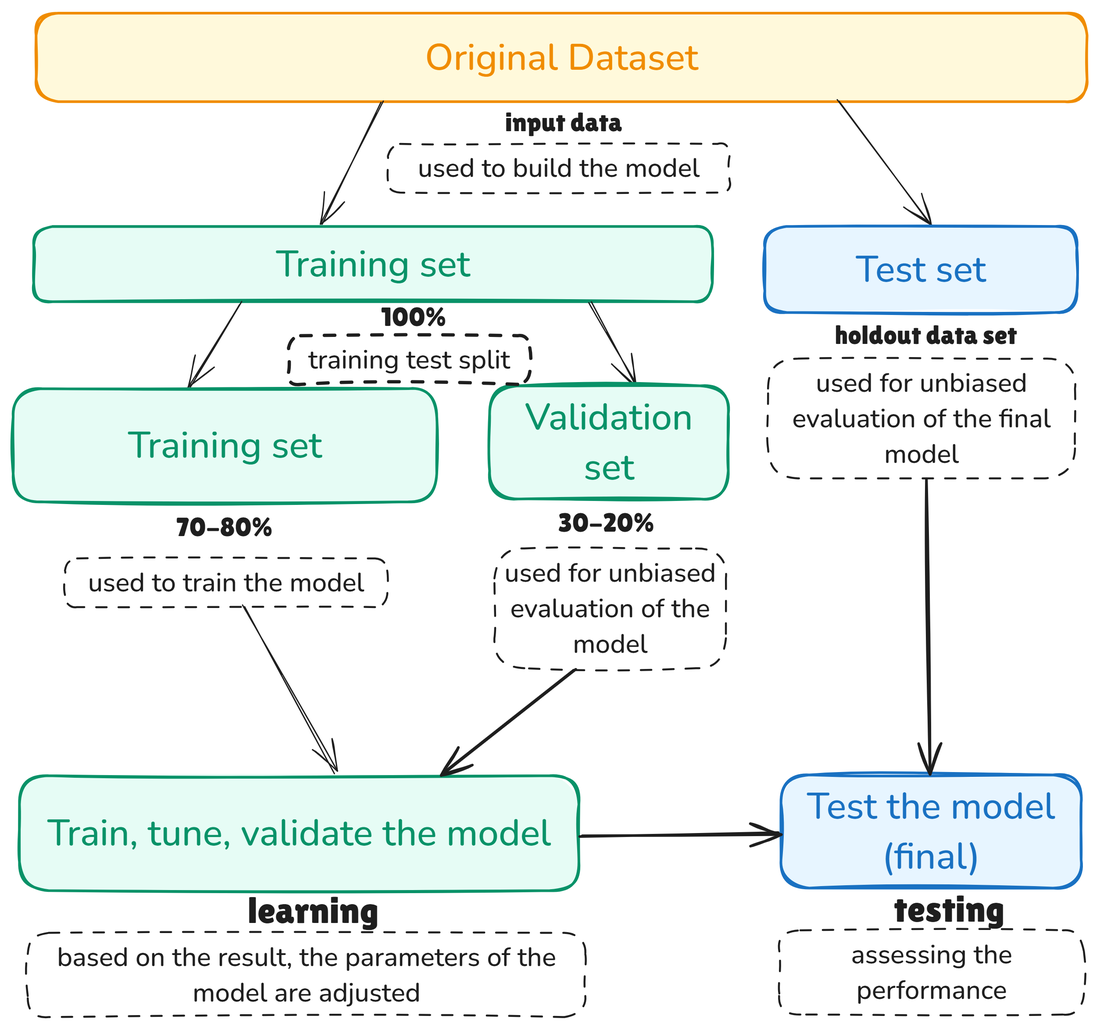
alinaaleks/alinaaleks.github.io keeps this Excalidraw diagram as images/posts/post-7/training-validation-test-datasets.png. Above is the earlier version. Source tidied: one line per element, renumbered; positions are measured from the earlier drawing's top-left corner, leaving out a move shared by most shapes.
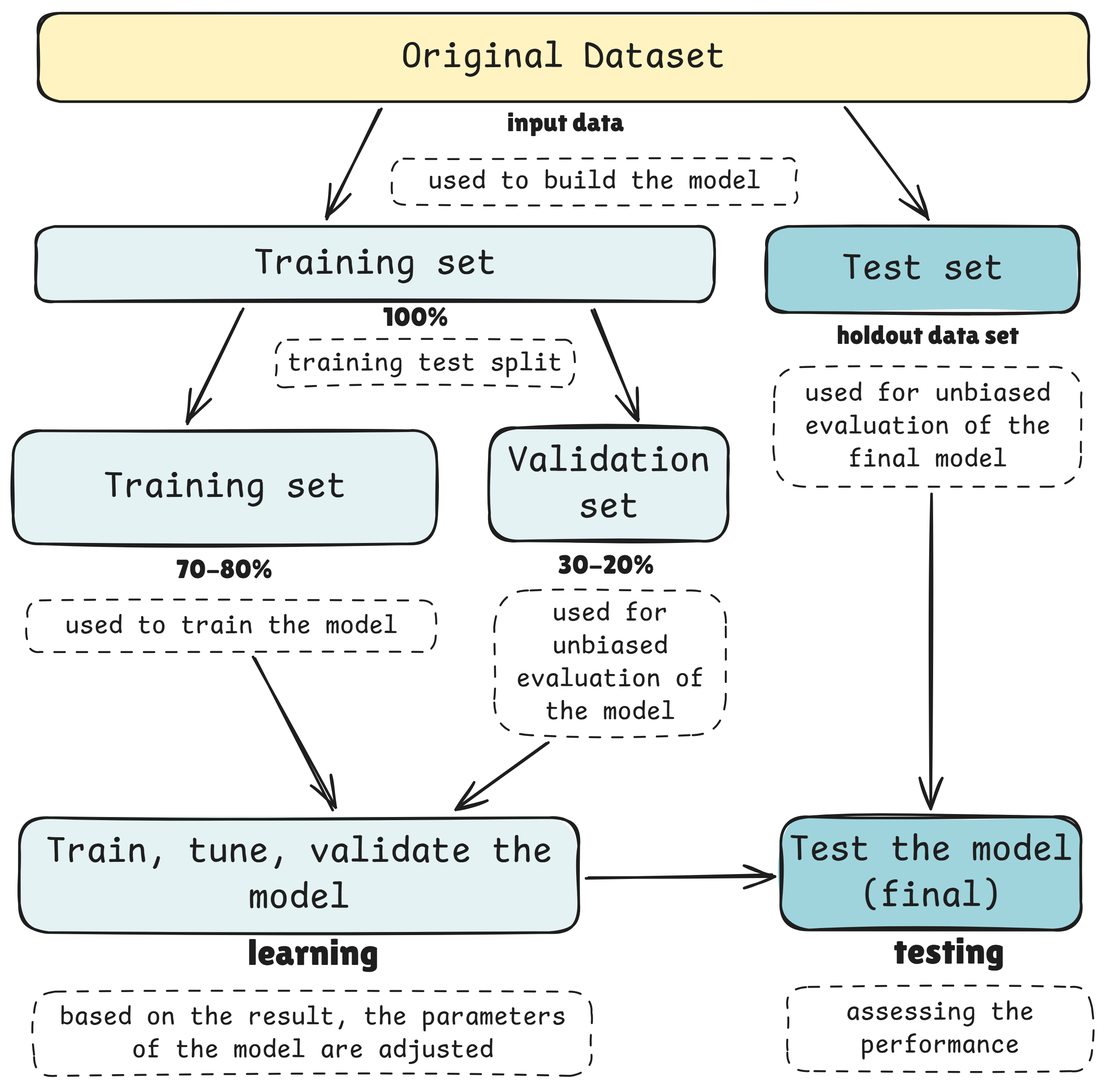
Above is the later version.

Commit message:
Add example for types of learning; change images using more suitable colors.

The edit, as a diff of the source:
```diff
@@ -1,43 +1,43 @@
-{"id": 0, "type": "rectangle", "strokeColor": "#f08c00", "backgroundColor": "#fff9db", "fillStyle": "solid", "strokeWidth": 2, "roughness": 1, "round": true, "x": 17, "y": 0, "width": 799, "height": 67}
+{"id": 0, "type": "rectangle", "strokeColor": "#1e1e1e", "backgroundColor": "#fff4c1", "fillStyle": "solid", "strokeWidth": 2, "roughness": 1, "round": true, "x": 17, "y": 0, "width": 799, "height": 67}
-{"id": 1, "type": "text", "text": "Original Dataset", "strokeColor": "#f08c00", "strokeWidth": 1, "roughness": 1, "fontSize": 28, "fontFamily": 6, "textAlign": "center", "verticalAlign": "middle", "inside": 0, "x": 313, "y": 15, "width": 208, "height": 38}
+{"id": 1, "type": "text", "text": "Original Dataset", "strokeColor": "#1e1e1e", "strokeWidth": 1, "roughness": 1, "fontSize": 28, "fontFamily": 8, "textAlign": "center", "verticalAlign": "middle", "inside": 0, "x": 294, "y": 16, "width": 246, "height": 35}
-{"id": 2, "type": "arrow", "strokeColor": "#1e1e1e", "strokeWidth": 1, "roughness": 1, "endArrowhead": "arrow", "round": true, "from": 0, "to": 4, "x": 280, "y": 67, "width": 47, "height": 95, "points": [[0, 0], [-47, 95]]}
+{"id": 2, "type": "arrow", "strokeColor": "#1e1e1e", "strokeWidth": 2, "roughness": 1, "endArrowhead": "arrow", "round": true, "from": 0, "to": 4, "x": 277, "y": 73, "width": 42, "height": 83, "points": [[0, 0], [-42, 83]]}
-{"id": 3, "type": "arrow", "strokeColor": "#1e1e1e", "strokeWidth": 1, "roughness": 1, "endArrowhead": "arrow", "round": true, "from": 0, "to": 6, "x": 628, "y": 67, "width": 71, "height": 94, "points": [[0, 0], [71, 94]]}
+{"id": 3, "type": "arrow", "strokeColor": "#1e1e1e", "strokeWidth": 2, "roughness": 1, "endArrowhead": "arrow", "round": true, "from": 0, "to": 6, "x": 632, "y": 73, "width": 62, "height": 83, "points": [[0, 0], [62, 83]]}
-{"id": 4, "type": "rectangle", "strokeColor": "#099268", "backgroundColor": "#e6fcf5", "fillStyle": "solid", "strokeWidth": 2, "roughness": 1, "round": true, "x": 16, "y": 162, "width": 516, "height": 57}
+{"id": 4, "type": "rectangle", "strokeColor": "#1e1e1e", "backgroundColor": "#e4f2f4", "fillStyle": "solid", "strokeWidth": 2, "roughness": 1, "round": true, "x": 16, "y": 162, "width": 516, "height": 57}
-{"id": 5, "type": "text", "text": "Training set", "strokeColor": "#099268", "strokeWidth": 1, "roughness": 1, "fontSize": 28, "fontFamily": 6, "textAlign": "center", "verticalAlign": "middle", "inside": 4, "x": 200, "y": 172, "width": 147, "height": 38}
+{"id": 5, "type": "text", "text": "Training set", "strokeColor": "#1e1e1e", "strokeWidth": 1, "roughness": 1, "fontSize": 28, "fontFamily": 8, "textAlign": "center", "verticalAlign": "middle", "inside": 4, "x": 181, "y": 173, "width": 185, "height": 35}
-{"id": 6, "type": "rectangle", "strokeColor": "#1971c2", "backgroundColor": "#e7f5ff", "fillStyle": "solid", "strokeWidth": 2, "roughness": 1, "round": true, "x": 571, "y": 162, "width": 237, "height": 65}
+{"id": 6, "type": "rectangle", "strokeColor": "#1e1e1e", "backgroundColor": "#a0d4dd", "fillStyle": "solid", "strokeWidth": 2, "roughness": 1, "round": true, "x": 571, "y": 162, "width": 237, "height": 65}
-{"id": 7, "type": "text", "text": "Test set", "strokeColor": "#1971c2", "strokeWidth": 1, "roughness": 1, "fontSize": 28, "fontFamily": 6, "textAlign": "center", "verticalAlign": "middle", "inside": 6, "x": 640, "y": 176, "width": 99, "height": 38}
+{"id": 7, "type": "text", "text": "Test set", "strokeColor": "#1e1e1e", "strokeWidth": 1, "roughness": 1, "fontSize": 28, "fontFamily": 8, "textAlign": "center", "verticalAlign": "middle", "inside": 6, "x": 628, "y": 177, "width": 123, "height": 35}
-{"id": 8, "type": "arrow", "strokeColor": "#1e1e1e", "strokeWidth": 1, "roughness": 1, "endArrowhead": "arrow", "round": true, "from": 4, "to": 10, "x": 174, "y": 220, "width": 41, "height": 65, "points": [[0, 0], [-41, 65]]}
+{"id": 8, "type": "arrow", "strokeColor": "#1e1e1e", "strokeWidth": 2, "roughness": 1, "endArrowhead": "arrow", "round": true, "from": 4, "to": 10, "x": 173, "y": 225, "width": 43, "height": 86, "points": [[0, 0], [-43, 86]]}
-{"id": 9, "type": "arrow", "strokeColor": "#1e1e1e", "strokeWidth": 1, "roughness": 1, "endArrowhead": "arrow", "round": true, "from": 4, "to": 12, "x": 438, "y": 219, "width": 35, "height": 63, "points": [[0, 0], [35, 63]]}
+{"id": 9, "type": "arrow", "strokeColor": "#1e1e1e", "strokeWidth": 2, "roughness": 1, "endArrowhead": "arrow", "round": true, "from": 4, "to": 12, "x": 439, "y": 225, "width": 34, "height": 84, "points": [[0, 0], [34, 84]]}
-{"id": 10, "type": "rectangle", "strokeColor": "#099268", "backgroundColor": "#e6fcf5", "fillStyle": "solid", "strokeWidth": 2, "roughness": 1, "round": true, "x": 0, "y": 285, "width": 322, "height": 86}
+{"id": 10, "type": "rectangle", "strokeColor": "#1e1e1e", "backgroundColor": "#e4f2f4", "fillStyle": "solid", "strokeWidth": 2, "roughness": 1, "round": true, "x": -2, "y": 317, "width": 322, "height": 86}
-{"id": 11, "type": "text", "text": "Training set", "strokeColor": "#099268", "strokeWidth": 1, "roughness": 1, "fontSize": 28, "fontFamily": 6, "textAlign": "center", "verticalAlign": "middle", "inside": 10, "x": 87, "y": 309, "width": 147, "height": 38}
+{"id": 11, "type": "text", "text": "Training set", "strokeColor": "#1e1e1e", "strokeWidth": 1, "roughness": 1, "fontSize": 28, "fontFamily": 8, "textAlign": "center", "verticalAlign": "middle", "inside": 10, "x": 67, "y": 343, "width": 185, "height": 35}
-{"id": 12, "type": "rectangle", "strokeColor": "#099268", "backgroundColor": "#e6fcf5", "fillStyle": "solid", "strokeWidth": 2, "roughness": 1, "round": true, "x": 362, "y": 283, "width": 181, "height": 86}
+{"id": 12, "type": "rectangle", "strokeColor": "#1e1e1e", "backgroundColor": "#e4f2f4", "fillStyle": "solid", "strokeWidth": 2, "roughness": 1, "round": true, "x": 361, "y": 315, "width": 181, "height": 86}
-{"id": 13, "type": "text", "text": "Validation\nset", "strokeColor": "#099268", "strokeWidth": 1, "roughness": 1, "fontSize": 28, "fontFamily": 6, "textAlign": "center", "verticalAlign": "middle", "inside": 12, "x": 389, "y": 288, "width": 128, "height": 76}
+{"id": 13, "type": "text", "text": "Validation\nset", "strokeColor": "#1e1e1e", "strokeWidth": 1, "roughness": 1, "fontSize": 28, "fontFamily": 8, "textAlign": "center", "verticalAlign": "middle", "inside": 12, "x": 374, "y": 323, "width": 154, "height": 70}
-{"id": 14, "type": "text", "text": "70-80%", "strokeColor": "#1e1e1e", "strokeWidth": 1, "roughness": 1, "fontSize": 20, "fontFamily": 7, "textAlign": "center", "x": 124, "y": 379, "width": 73, "height": 23}
+{"id": 14, "type": "text", "text": "70-80%", "strokeColor": "#1e1e1e", "strokeWidth": 2, "roughness": 1, "fontSize": 20, "fontFamily": 7, "textAlign": "center", "x": 122, "y": 411, "width": 73, "height": 23}
-{"id": 15, "type": "text", "text": "100%", "strokeColor": "#1e1e1e", "strokeWidth": 1, "roughness": 1, "fontSize": 20, "fontFamily": 7, "textAlign": "center", "x": 280, "y": 219, "width": 50, "height": 23}
+{"id": 15, "type": "text", "text": "100%", "strokeColor": "#1e1e1e", "strokeWidth": 2, "roughness": 1, "fontSize": 20, "fontFamily": 7, "textAlign": "center", "x": 280, "y": 219, "width": 50, "height": 23}
-{"id": 16, "type": "text", "text": "30-20%", "strokeColor": "#1e1e1e", "strokeWidth": 1, "roughness": 1, "fontSize": 20, "fontFamily": 7, "textAlign": "center", "x": 414, "y": 376, "width": 73, "height": 23}
+{"id": 16, "type": "text", "text": "30-20%", "strokeColor": "#1e1e1e", "strokeWidth": 2, "roughness": 1, "fontSize": 20, "fontFamily": 7, "textAlign": "center", "x": 413, "y": 408, "width": 73, "height": 23}
-{"id": 17, "type": "rectangle", "strokeColor": "#1e1e1e", "strokeWidth": 2, "strokeStyle": "dashed", "roughness": 1, "round": true, "x": 209, "y": 245, "width": 183, "height": 37}
+{"id": 17, "type": "rectangle", "strokeColor": "#1e1e1e", "strokeWidth": 1, "strokeStyle": "dashed", "roughness": 1, "round": true, "x": 198, "y": 248, "width": 227, "height": 36}
-{"id": 18, "type": "text", "text": "training test split", "strokeColor": "#1e1e1e", "strokeWidth": 1, "strokeStyle": "dashed", "roughness": 1, "fontSize": 20, "fontFamily": 6, "textAlign": "center", "verticalAlign": "middle", "inside": 17, "x": 224, "y": 250, "width": 153, "height": 27}
+{"id": 18, "type": "text", "text": "training test split", "strokeColor": "#1e1e1e", "strokeWidth": 1, "strokeStyle": "dashed", "roughness": 1, "fontSize": 20, "fontFamily": 8, "textAlign": "center", "verticalAlign": "middle", "inside": 17, "x": 207, "y": 254, "width": 209, "height": 25}
-{"id": 19, "type": "rectangle", "strokeColor": "#099268", "backgroundColor": "#e6fcf5", "fillStyle": "solid", "strokeWidth": 2, "roughness": 1, "round": true, "x": 5, "y": 579, "width": 425, "height": 87}
+{"id": 19, "type": "rectangle", "strokeColor": "#1e1e1e", "backgroundColor": "#e4f2f4", "fillStyle": "solid", "strokeWidth": 2, "roughness": 1, "round": true, "x": 3, "y": 611, "width": 425, "height": 87}
-{"id": 20, "type": "text", "text": "Train, tune, validate the model", "strokeColor": "#099268", "strokeWidth": 1, "roughness": 1, "fontSize": 28, "fontFamily": 6, "textAlign": "center", "verticalAlign": "middle", "inside": 19, "x": 26, "y": 604, "width": 383, "height": 38}
+{"id": 20, "type": "text", "text": "Train, tune, validate the\nmodel", "strokeColor": "#1e1e1e", "strokeWidth": 1, "roughness": 1, "fontSize": 28, "fontFamily": 8, "textAlign": "center", "verticalAlign": "middle", "inside": 19, "x": 23, "y": 620, "width": 385, "height": 70}
-{"id": 21, "type": "rectangle", "strokeColor": "#1e1e1e", "strokeWidth": 1, "strokeStyle": "dashed", "roughness": 1, "round": true, "x": 39, "y": 414, "width": 245, "height": 37}
+{"id": 21, "type": "rectangle", "strokeColor": "#1e1e1e", "strokeWidth": 1, "strokeStyle": "dashed", "roughness": 1, "round": true, "x": 9, "y": 446, "width": 311, "height": 39}
-{"id": 22, "type": "text", "text": "used to train the model", "strokeColor": "#1e1e1e", "strokeWidth": 1, "strokeStyle": "dashed", "roughness": 1, "fontSize": 20, "fontFamily": 6, "textAlign": "center", "verticalAlign": "middle", "inside": 21, "x": 57, "y": 419, "width": 210, "height": 27}
+{"id": 22, "type": "text", "text": "used to train the model", "strokeColor": "#1e1e1e", "strokeWidth": 1, "strokeStyle": "dashed", "roughness": 1, "fontSize": 20, "fontFamily": 8, "textAlign": "center", "verticalAlign": "middle", "inside": 21, "x": 38, "y": 453, "width": 253, "height": 25}
-{"id": 23, "type": "rectangle", "strokeColor": "#1e1e1e", "strokeWidth": 1, "strokeStyle": "dashed", "roughness": 1, "round": true, "x": 366, "y": 407, "width": 176, "height": 91}
+{"id": 23, "type": "rectangle", "strokeColor": "#1e1e1e", "strokeWidth": 1, "strokeStyle": "dashed", "roughness": 1, "round": true, "x": 364, "y": 439, "width": 176, "height": 110}
-{"id": 24, "type": "text", "text": "used for unbiased\nevaluation of the\nmodel", "strokeColor": "#1e1e1e", "strokeWidth": 1, "strokeStyle": "dashed", "roughness": 1, "fontSize": 20, "fontFamily": 6, "textAlign": "center", "verticalAlign": "middle", "inside": 23, "x": 373, "y": 412, "width": 161, "height": 81}
+{"id": 24, "type": "text", "text": "used for\nunbiased\nevaluation of\nthe model", "strokeColor": "#1e1e1e", "strokeWidth": 1, "strokeStyle": "dashed", "roughness": 1, "fontSize": 20, "fontFamily": 8, "textAlign": "center", "verticalAlign": "middle", "inside": 23, "x": 381, "y": 444, "width": 143, "height": 100}
-{"id": 25, "type": "rectangle", "strokeColor": "#1e1e1e", "strokeWidth": 1, "strokeStyle": "dashed", "roughness": 1, "round": true, "x": 11, "y": 699, "width": 424, "height": 64}
+{"id": 25, "type": "rectangle", "strokeColor": "#1e1e1e", "strokeWidth": 1, "strokeStyle": "dashed", "roughness": 1, "round": true, "x": 14, "y": 744, "width": 424, "height": 64}
-{"id": 26, "type": "text", "text": "based on the result, the parameters of the\nmodel are adjusted", "strokeColor": "#1e1e1e", "strokeWidth": 1, "strokeStyle": "dashed", "roughness": 1, "fontSize": 20, "fontFamily": 6, "textAlign": "center", "verticalAlign": "middle", "inside": 25, "x": 33, "y": 704, "width": 379, "height": 54}
+{"id": 26, "type": "text", "text": "based on the result, the parameters\nof the model are adjusted", "strokeColor": "#1e1e1e", "strokeWidth": 1, "strokeStyle": "dashed", "roughness": 1, "fontSize": 20, "fontFamily": 8, "textAlign": "center", "verticalAlign": "middle", "inside": 25, "x": 34, "y": 751, "width": 385, "height": 50}
-{"id": 27, "type": "rectangle", "strokeColor": "#1e1e1e", "strokeWidth": 1, "strokeStyle": "dashed", "roughness": 1, "round": true, "x": 574, "y": 263, "width": 233, "height": 91}
+{"id": 27, "type": "rectangle", "strokeColor": "#1e1e1e", "strokeWidth": 1, "strokeStyle": "dashed", "roughness": 1, "round": true, "x": 577, "y": 269, "width": 233, "height": 91}
-{"id": 28, "type": "text", "text": "used for unbiased\nevaluation of the final\nmodel", "strokeColor": "#1e1e1e", "strokeWidth": 1, "strokeStyle": "dashed", "roughness": 1, "fontSize": 20, "fontFamily": 6, "textAlign": "center", "verticalAlign": "middle", "inside": 27, "x": 592, "y": 268, "width": 197, "height": 81}
+{"id": 28, "type": "text", "text": "used for unbiased\nevaluation of the\nfinal model", "strokeColor": "#1e1e1e", "strokeWidth": 1, "strokeStyle": "dashed", "roughness": 1, "fontSize": 20, "fontFamily": 8, "textAlign": "center", "verticalAlign": "middle", "inside": 27, "x": 600, "y": 277, "width": 187, "height": 75}
-{"id": 29, "type": "arrow", "strokeColor": "#1e1e1e", "strokeWidth": 1, "roughness": 1, "endArrowhead": "arrow", "round": true, "from": 21, "to": 19, "x": 176, "y": 451, "width": 69, "height": 126, "points": [[0, 0], [69, 126]]}
+{"id": 29, "type": "arrow", "strokeColor": "#1e1e1e", "strokeWidth": 2, "roughness": 1, "endArrowhead": "arrow", "round": true, "from": 21, "to": 19, "x": 182, "y": 491, "width": 60, "height": 114, "points": [[0, 0], [60, 114]]}
-{"id": 30, "type": "rectangle", "strokeColor": "#1971c2", "backgroundColor": "#e7f5ff", "fillStyle": "solid", "strokeWidth": 2, "roughness": 1, "round": true, "x": 584, "y": 579, "width": 228, "height": 86}
+{"id": 30, "type": "rectangle", "strokeColor": "#1e1e1e", "backgroundColor": "#a0d4dd", "fillStyle": "solid", "strokeWidth": 2, "roughness": 1, "round": true, "x": 582, "y": 611, "width": 228, "height": 86}
-{"id": 31, "type": "text", "text": "Test the model\n(final)", "strokeColor": "#1971c2", "strokeWidth": 1, "roughness": 1, "fontSize": 28, "fontFamily": 6, "textAlign": "center", "verticalAlign": "middle", "inside": 30, "x": 603, "y": 584, "width": 189, "height": 76}
+{"id": 31, "type": "text", "text": "Test the model\n(final)", "strokeColor": "#1e1e1e", "strokeWidth": 1, "roughness": 1, "fontSize": 28, "fontFamily": 8, "textAlign": "center", "verticalAlign": "middle", "inside": 30, "x": 588, "y": 619, "width": 216, "height": 70}
-{"id": 32, "type": "rectangle", "strokeColor": "#1e1e1e", "strokeWidth": 1, "strokeStyle": "dashed", "roughness": 1, "round": true, "x": 582, "y": 697, "width": 231, "height": 64}
+{"id": 32, "type": "rectangle", "strokeColor": "#1e1e1e", "strokeWidth": 1, "strokeStyle": "dashed", "roughness": 1, "round": true, "x": 587, "y": 740, "width": 231, "height": 64}
-{"id": 33, "type": "text", "text": "assessing the\nperformance", "strokeColor": "#1e1e1e", "strokeWidth": 1, "strokeStyle": "dashed", "roughness": 1, "fontSize": 20, "fontFamily": 6, "textAlign": "center", "verticalAlign": "middle", "inside": 32, "x": 637, "y": 702, "width": 123, "height": 54}
+{"id": 33, "type": "text", "text": "assessing the\nperformance", "strokeColor": "#1e1e1e", "strokeWidth": 1, "strokeStyle": "dashed", "roughness": 1, "fontSize": 20, "fontFamily": 8, "textAlign": "center", "verticalAlign": "middle", "inside": 32, "x": 631, "y": 747, "width": 143, "height": 50}
-{"id": 34, "type": "arrow", "strokeColor": "#1e1e1e", "backgroundColor": "#e6fcf5", "fillStyle": "solid", "strokeWidth": 2, "roughness": 1, "endArrowhead": "arrow", "round": true, "from": 23, "to": 19, "x": 427, "y": 498, "width": 102, "height": 81, "points": [[0, 0], [-102, 81]]}
+{"id": 34, "type": "arrow", "strokeColor": "#1e1e1e", "backgroundColor": "#e6fcf5", "fillStyle": "solid", "strokeWidth": 2, "roughness": 1, "endArrowhead": "arrow", "round": true, "from": 23, "to": 19, "x": 405, "y": 554, "width": 70, "height": 51, "points": [[0, 0], [-70, 51]]}
-{"id": 35, "type": "arrow", "strokeColor": "#1e1e1e", "backgroundColor": "#e6fcf5", "fillStyle": "solid", "strokeWidth": 2, "roughness": 1, "endArrowhead": "arrow", "round": true, "from": 19, "to": 30, "x": 431, "y": 625, "width": 151, "height": 2, "points": [[0, 0], [151, -2]]}
+{"id": 35, "type": "arrow", "strokeColor": "#1e1e1e", "backgroundColor": "#e6fcf5", "fillStyle": "solid", "strokeWidth": 2, "roughness": 1, "endArrowhead": "arrow", "round": true, "from": 19, "to": 30, "x": 434, "y": 657, "width": 142, "height": 2, "points": [[0, 0], [142, -2]]}
-{"id": 36, "type": "arrow", "strokeColor": "#1e1e1e", "backgroundColor": "#e6fcf5", "fillStyle": "solid", "strokeWidth": 2, "roughness": 1, "endArrowhead": "arrow", "from": 27, "to": 30, "x": 694, "y": 354, "width": 3, "height": 225, "points": [[0, 0], [3, 225]]}
+{"id": 36, "type": "arrow", "strokeColor": "#1e1e1e", "backgroundColor": "#e6fcf5", "fillStyle": "solid", "strokeWidth": 2, "roughness": 1, "endArrowhead": "arrow", "from": 27, "to": 30, "x": 697, "y": 365, "width": 1, "height": 239, "points": [[0, 0], [-1, 239]]}
-{"id": 37, "type": "text", "text": "holdout data set", "strokeColor": "#1e1e1e", "strokeWidth": 1, "roughness": 1, "fontSize": 20, "fontFamily": 7, "textAlign": "center", "x": 624, "y": 233, "width": 138, "height": 23}
+{"id": 37, "type": "text", "text": "holdout data set", "strokeColor": "#1e1e1e", "strokeWidth": 2, "roughness": 1, "fontSize": 20, "fontFamily": 7, "textAlign": "center", "x": 624, "y": 233, "width": 138, "height": 23}
-{"id": 38, "type": "text", "text": "learning", "strokeColor": "#1e1e1e", "strokeWidth": 1, "roughness": 1, "fontSize": 28, "fontFamily": 7, "textAlign": "center", "x": 178, "y": 665, "width": 100, "height": 32}
+{"id": 38, "type": "text", "text": "learning", "strokeColor": "#1e1e1e", "strokeWidth": 2, "roughness": 1, "fontSize": 28, "fontFamily": 7, "textAlign": "center", "x": 176, "y": 697, "width": 100, "height": 32}
-{"id": 39, "type": "text", "text": "testing", "strokeColor": "#1e1e1e", "strokeWidth": 1, "roughness": 1, "fontSize": 28, "fontFamily": 7, "textAlign": "center", "x": 669, "y": 664, "width": 84, "height": 32}
+{"id": 39, "type": "text", "text": "testing", "strokeColor": "#1e1e1e", "strokeWidth": 2, "roughness": 1, "fontSize": 28, "fontFamily": 7, "textAlign": "center", "x": 668, "y": 696, "width": 84, "height": 32}
-{"id": 40, "type": "text", "text": "input data", "strokeColor": "#1e1e1e", "strokeWidth": 1, "roughness": 1, "fontSize": 20, "fontFamily": 7, "textAlign": "center", "x": 374, "y": 71, "width": 89, "height": 23}
+{"id": 40, "type": "text", "text": "input data", "strokeColor": "#1e1e1e", "strokeWidth": 2, "roughness": 1, "fontSize": 20, "fontFamily": 7, "textAlign": "center", "x": 374, "y": 71, "width": 89, "height": 23}
-{"id": 41, "type": "rectangle", "strokeColor": "#1e1e1e", "strokeWidth": 1, "strokeStyle": "dashed", "roughness": 1, "round": true, "x": 285, "y": 99, "width": 260, "height": 37}
+{"id": 41, "type": "rectangle", "strokeColor": "#1e1e1e", "strokeWidth": 1, "strokeStyle": "dashed", "roughness": 1, "round": true, "x": 286, "y": 111, "width": 308, "height": 35}
-{"id": 42, "type": "text", "text": "used to build the model", "strokeColor": "#1e1e1e", "strokeWidth": 1, "strokeStyle": "dashed", "roughness": 1, "fontSize": 20, "fontFamily": 6, "textAlign": "center", "verticalAlign": "middle", "inside": 41, "x": 308, "y": 104, "width": 214, "height": 27}
+{"id": 42, "type": "text", "text": "used to build the model", "strokeColor": "#1e1e1e", "strokeWidth": 1, "strokeStyle": "dashed", "roughness": 1, "fontSize": 20, "fontFamily": 8, "textAlign": "center", "verticalAlign": "middle", "inside": 41, "x": 314, "y": 116, "width": 253, "height": 25}
```
